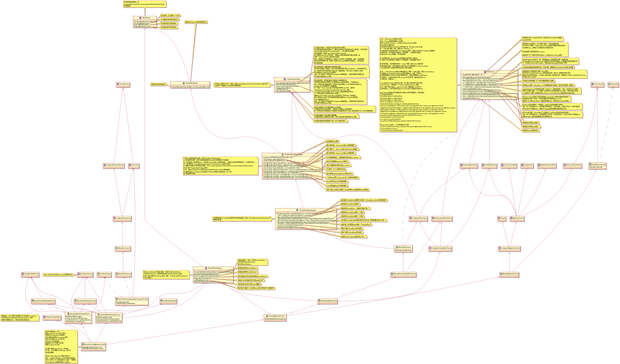
Aris4009/learning-spring keeps this PlantUML diagram as demo/src/main/java/com/example/demo/_5_4_2/AnnotationConfigApplicationContext.svg. Above is the earlier version.
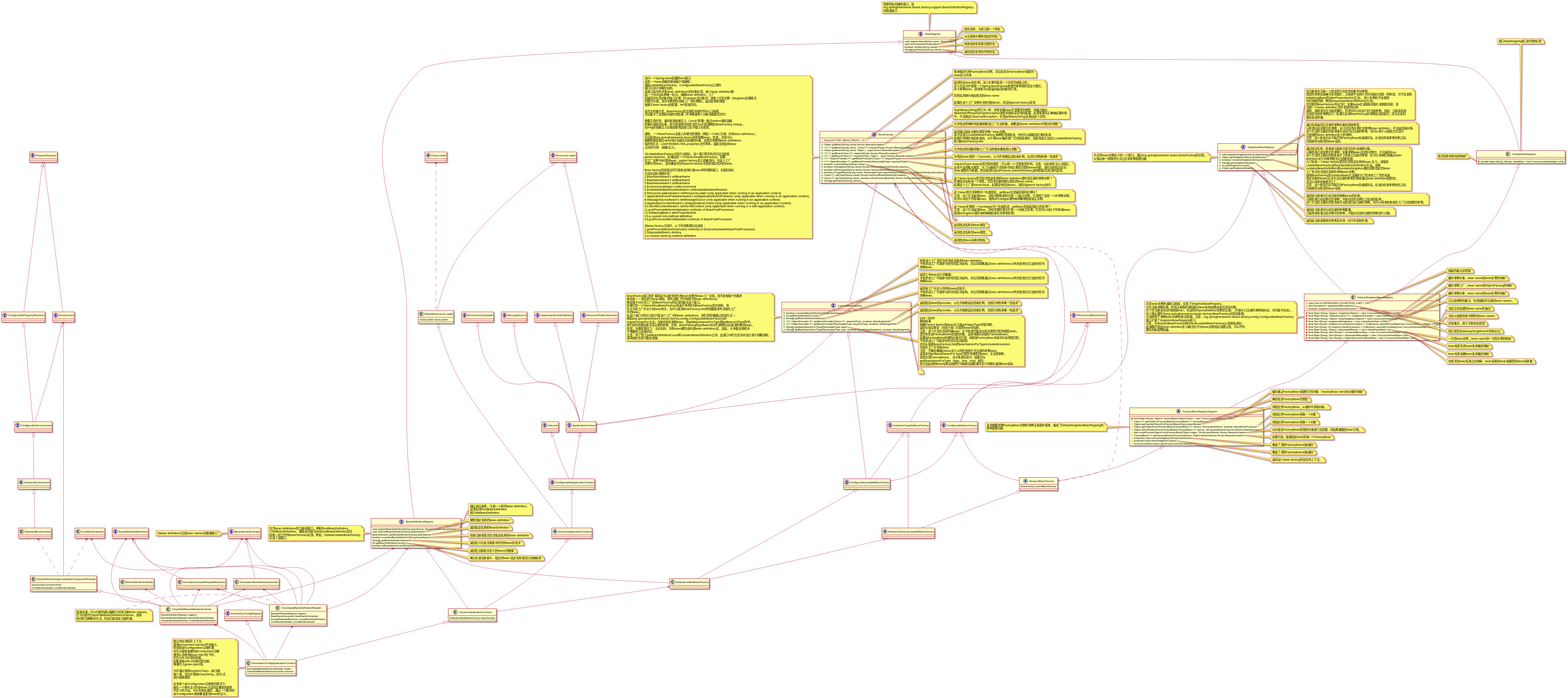
After the change.

Change to the diagram source:
```diff
@@ -60,8 +60,74 @@
 AutowireCapableBeanFactory <|-- ConfigurableListableBeanFactory
 ConfigurableBeanFactory <|-- ConfigurableListableBeanFactory
 
-interface ListableBeanFactory
+interface ListableBeanFactory{
++boolean containsBeanDefinition(String beanName)
++int getBeanDefinitionCount()
++String[] getBeanDefinitionNames()
++<T> ObjectProvider<T> getBeanProvider(Class<T> requiredType, boolean allowEagerInit)
++<T> ObjectProvider<T> getBeanProvider(ResolvableType requiredType, boolean allowEagerInit)
++String[] getBeanNamesForType(ResolvableType type)
++String[] getBeanNamesForType(ResolvableType type, boolean includeNonSingletons, boolean allowEagerInit)
+}
 BeanFactory <|-- ListableBeanFactory
+note left of ListableBeanFactory
+BeanFactory接口的扩展将由可以枚举其所有bean实例的bean工厂实现，而不是按客户的要求
+按名称一一尝试进行bean查找。预先加载了所有他们的bean definitions(
+例如基于XML的工厂)的BeanFactory的实现可能实这个接口。
+如果它是一个HierarchicalBeanFactory,则返不考虑任何BeanFactory层次结构，而
+仅与当前工厂中定义的bean有关。也可以使用BeanFactoryUtils帮助器类来考虑祖先工厂
+中的bean。
+在这个接口中的方法仅代表这个工厂中的bean definitions。他们将忽略通过其他方式（
+例如org.springframework.beans.factory.config.ConfigurableBeanFactory的
+registerSingleton方法）注册的任何单例bean，但getBeanNamesForType和getBeansOfType除外，
+他们也将检查此类手动注册的单例。当然，BeanFactory的getBean也允许透明地访问此类特殊的bean。
+但是，在典型情况下，无论如何，所有bean都将由外部bean definitions定，因此，大多数应用程序
+不需要担心这种区别。
+注意：除了除了getBeanDefinitionCount和containsBeanDefinition之外，此接口中的方法并非设计用于频繁调用。
+调用他的实现可能会很慢。
+end note
+note right of ListableBeanFactory::containsBeanDefinition
+检查这个工厂是否包含指定名称的bean definition。
+不考虑该工厂可能参与的任何层次结构，并且将忽略通过bean definitions以外的其他方式注册的任何
+单例bean。
+end note
+note right of ListableBeanFactory::getBeanDefinitionCount
+返回工中bean定义的数量。
+不考虑该工厂可能参与的任何层次结构，并且将忽略通过bean definitions以外的其他方式注册的任何
+单例bean。
+end note
+note right of ListableBeanFactory::getBeanDefinitionNames
+返回该工厂中定义的所有bean的名字。
+不考虑该工厂可能参与的任何层次结构，并且将忽略通过bean definitions以外的其他方式注册的任何
+单例bean。
+end note
+note right of ListableBeanFactory::"getBeanProvider(Class<T> requiredType, boolean allowEagerInit)"
+返回指定bean的provider，以允许按需延迟检索实例，包括可用性和唯一性选项
+end note
+note right of ListableBeanFactory::"getBeanProvider(ResolvableType requiredType, boolean allowEagerInit)"
+返回指定bean的provider，以允许按需延迟检索实例，包括可用性和唯一性选项
+end note
+note right of ListableBeanFactory::"getBeanNamesForType(ResolvableType type)"
+169 / 5000
+翻译结果
+根据Factory Beans的bean定义或getObjectType的值判断，
+返回与给定类型（包括子类）匹配的bean的名称。
+注意：这个方法仅自省顶级bean。它不检查可能也与指定类型匹配的嵌套bean。
+是否考虑由FactoryBeans创建的对象，这意味着将初始化FactoryBeans。
+如果由FactoryBean创建的对象不匹配，则原始FactoryBean本身将与该类型匹配。
+不考虑该工厂可能参与的任何层次结构。
+也可以使用BeanFactoryUtils的beanNamesForTypeIncludedAncestors
+在祖先工厂中包括bean。
+注意：不要忽略通过bean定义以外的其他方式注册的单例bean。
+此版本的getBeanNamesForType匹配所有类型的bean，无论是单例，
+原型还是FactoryBeans。 在大多数实现中，结果将与
+getBeanNamesForType（type，true，true）相同。
+此方法返回的Bean名称应始终尽可能按后端配置中定义的顺序返回Bean名称。
+end note
+note right of ListableBeanFactory::"getBeanNamesForType(ResolvableType type, boolean includeNonSingletons, boolean allowEagerInit)"
+
+end note
+
 
 abstract AbstractAutowireCapableBeanFactory
 AbstractBeanFactory <|-- AbstractAutowireCapableBeanFactory
```
